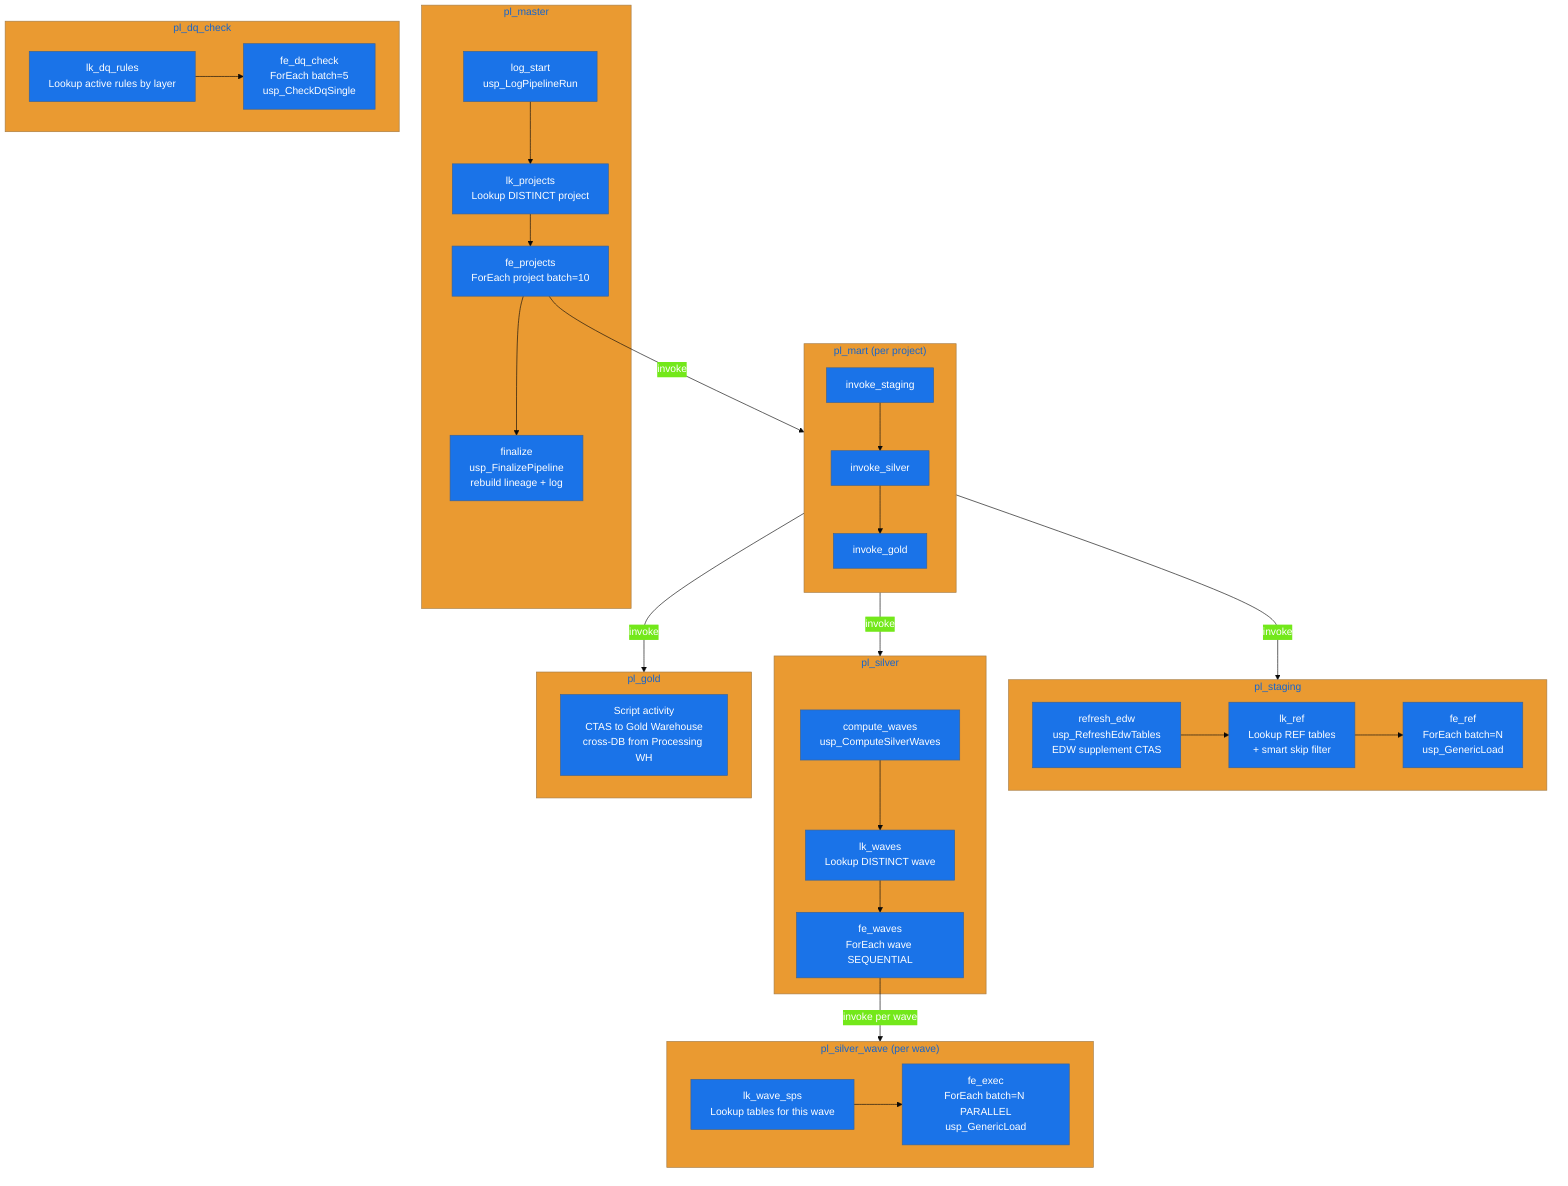
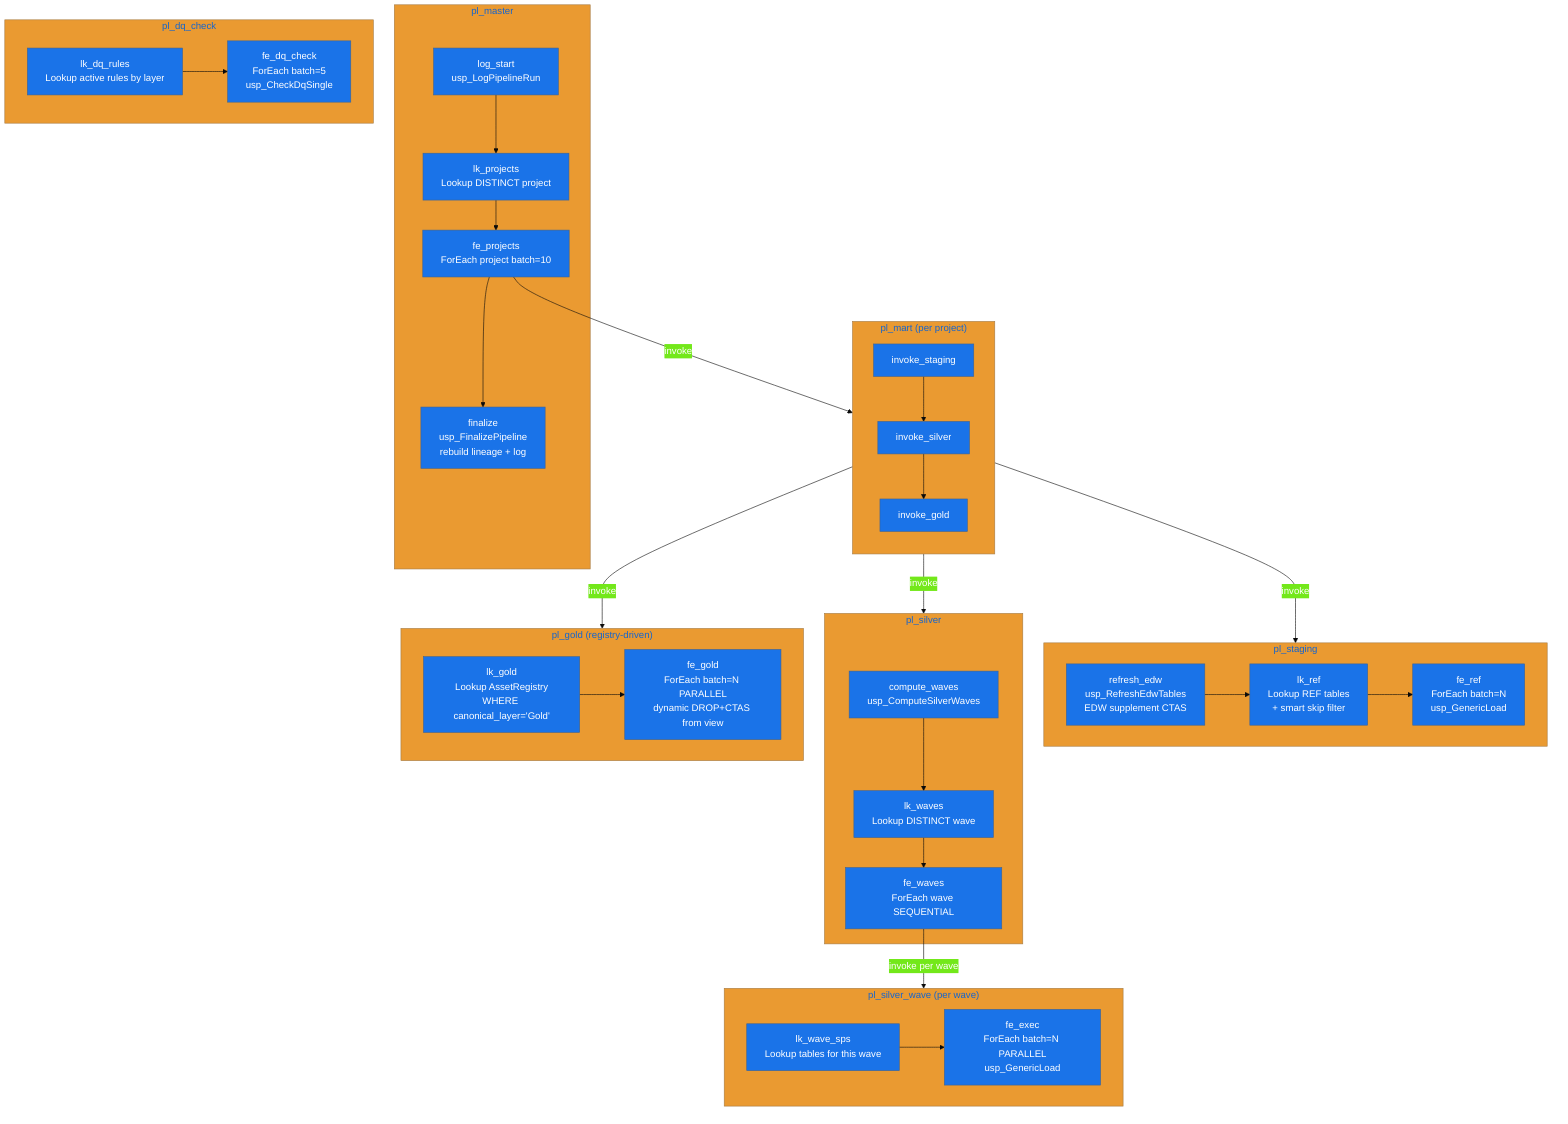
%%{init: {'theme': 'base', 'themeVariables': {'primaryColor': '#1a73e8', 'primaryTextColor': '#fff'}}}%%
flowchart TD
    subgraph MASTER["pl_master"]
        M1["log_start<br/>usp_LogPipelineRun"]
        M2["lk_projects<br/>Lookup DISTINCT project"]
        M3["fe_projects<br/>ForEach project batch=10"]
        M4["finalize<br/>usp_FinalizePipeline<br/>rebuild lineage + log"]
    end

    subgraph MART["pl_mart (per project)"]
        direction TB
        MT1["invoke_staging"]
        MT2["invoke_silver"]
        MT3["invoke_gold"]
    end

    subgraph STAGING["pl_staging"]
        S1["refresh_edw<br/>usp_RefreshEdwTables<br/>EDW supplement CTAS"]
        S2["lk_ref<br/>Lookup REF tables<br/>+ smart skip filter"]
        S3["fe_ref<br/>ForEach batch=N<br/>usp_GenericLoad"]
    end

    subgraph SILVER["pl_silver"]
        SV1["compute_waves<br/>usp_ComputeSilverWaves"]
        SV2["lk_waves<br/>Lookup DISTINCT wave"]
        SV3["fe_waves<br/>ForEach wave SEQUENTIAL"]
    end

    subgraph WAVE["pl_silver_wave (per wave)"]
        W1["lk_wave_sps<br/>Lookup tables for this wave"]
        W2["fe_exec<br/>ForEach batch=N PARALLEL<br/>usp_GenericLoad"]
    end

-     subgraph GOLDP["pl_gold"]
-         G1["Script activity<br/>CTAS to Gold Warehouse<br/>cross-DB from Processing WH"]
+     subgraph GOLDP["pl_gold (registry-driven)"]
+         GL["lk_gold<br/>Lookup AssetRegistry<br/>WHERE canonical_layer='Gold'"]
+         GF["fe_gold<br/>ForEach batch=N PARALLEL<br/>dynamic DROP+CTAS from view"]
    end

    subgraph DQ["pl_dq_check"]
        D1["lk_dq_rules<br/>Lookup active rules by layer"]
        D2["fe_dq_check<br/>ForEach batch=5<br/>usp_CheckDqSingle"]
    end

    M1 --> M2 --> M3 --> M4
    M3 -->|invoke| MART
    MT1 --> MT2 --> MT3
    MT1 -->|invoke| STAGING
    MT2 -->|invoke| SILVER
    MT3 -->|invoke| GOLDP
    S1 --> S2 --> S3
    SV1 --> SV2 --> SV3
    SV3 -->|invoke per wave| WAVE
    W1 --> W2
+     GL --> GF
    D1 --> D2
